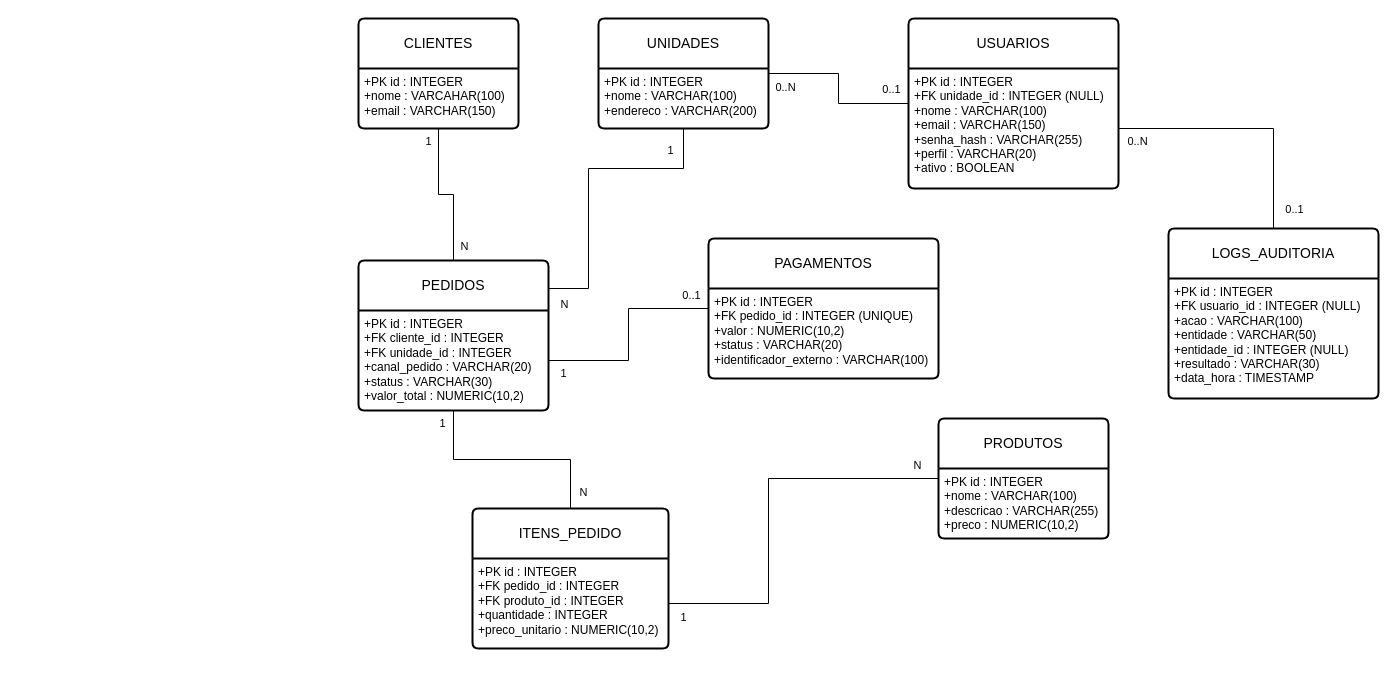
Earlier version of the draw.io diagram page "Diagrama Entidade-Relacionamento" (1 of 5) of docs/diagrams/DER_Raizes_do_Nordeste.drawio (Selomar/raizes-nordeste-api). Source tidied: cells renumbered, new cells numbered last; positions are measured from the earlier drawing's top-left corner, leaving out a move shared by most shapes. Both pictures are drawn from the tidied source at 100%, with x=0, y=0 at pixel (358, 18).
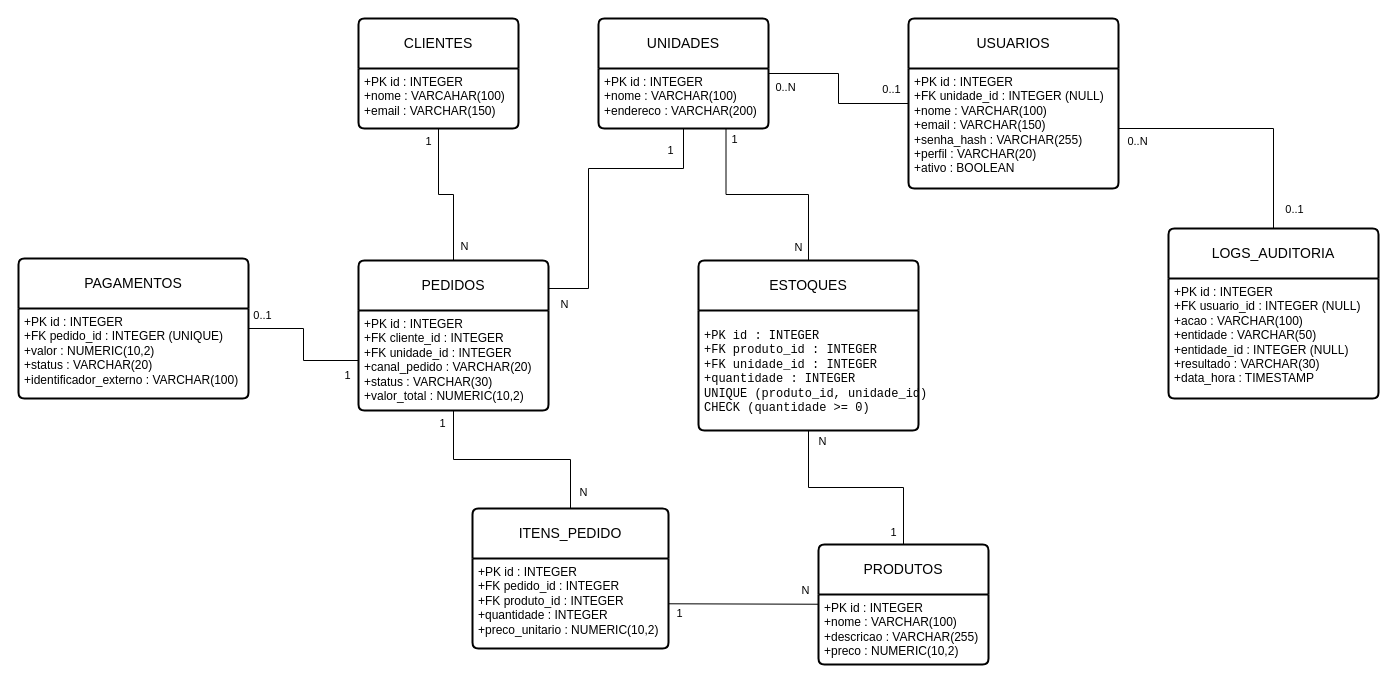
The same diagram, later.

The change refers to these unchanged cells:
```xml
<mxCell id="10" value="UNIDADES" style="swimlane;horizontal=1;startSize=50;rounded=1;fontSize=14;fontStyle=0;strokeWidth=2;shadow=0;dashed=0;align=center;arcSize=4;whiteSpace=wrap;html=1;" parent="1" vertex="1">
  <mxGeometry x="240" width="170" height="110" as="geometry" />
</mxCell>
<mxCell id="17" value="+PK id : INTEGER&lt;br&gt;+FK pedido_id : INTEGER&lt;br&gt;+FK produto_id : INTEGER&lt;div&gt;+quantidade : INTEGER&lt;/div&gt;&lt;div&gt;+preco_unitario : NUMERIC(10,2)&lt;/div&gt;" style="align=left;strokeColor=none;fillColor=none;spacingLeft=4;spacingRight=4;fontSize=12;verticalAlign=top;html=1;whiteSpace=wrap;" parent="16" vertex="1">
  <mxGeometry y="50" width="196" height="90" as="geometry" />
</mxCell>
<mxCell id="33" style="edgeStyle=orthogonalEdgeStyle;rounded=0;jettySize=auto;html=1;defaultLabelBackgroundColor=page;labelPadding=0 4;endArrow=none;endFill=0;" parent="1" edge="1" source="15" target="18">
  <mxGeometry relative="1" as="geometry" />
</mxCell>
```

The edit, as a diff of the source:
```diff
@@
     <mxCell id="12" value="PRODUTOS" style="swimlane;horizontal=1;startSize=50;rounded=1;fontSize=14;fontStyle=0;strokeWidth=2;shadow=0;dashed=0;align=center;arcSize=4;whiteSpace=wrap;html=1;" parent="1" vertex="1">
-      <mxGeometry x="580" y="400" width="170" height="120" as="geometry" />
+      <mxGeometry x="460" y="526" width="170" height="120" as="geometry" />
     </mxCell>
@@
     <mxCell id="18" value="PAGAMENTOS" style="swimlane;horizontal=1;startSize=50;rounded=1;fontSize=14;fontStyle=0;strokeWidth=2;shadow=0;dashed=0;align=center;arcSize=4;whiteSpace=wrap;html=1;" parent="1" vertex="1">
-      <mxGeometry x="350" y="220" width="230" height="140" as="geometry" />
+      <mxGeometry x="-340" y="240" width="230" height="140" as="geometry" />
     </mxCell>
@@
-    <mxCell id="30" style="edgeStyle=orthogonalEdgeStyle;rounded=0;jettySize=auto;html=1;defaultLabelBackgroundColor=page;labelPadding=0 4;endArrow=none;endFill=0;" parent="1" edge="1" source="17" target="12">
-      <mxGeometry relative="1" as="geometry">
-        <Array as="points">
-          <mxPoint x="410" y="460" />
-        </Array>
-      </mxGeometry>
+    <mxCell id="30" style="rounded=0;jettySize=auto;html=1;defaultLabelBackgroundColor=page;labelPadding=0 4;endArrow=none;endFill=0;" parent="1" edge="1" source="17" target="12">
+      <mxGeometry relative="1" as="geometry" />
     </mxCell>
     <mxCell id="31" value="1" style="edgeLabel;html=1;align=center;verticalAlign=middle;inheritText=1;defaultLabelBackgroundColor=page;labelPadding=0 4;" parent="30" vertex="1">
       <mxGeometry x="-0.86" relative="1" as="geometry">
-        <mxPoint x="-14" y="13" as="offset" />
+        <mxPoint y="9" as="offset" />
       </mxGeometry>
     </mxCell>
     <mxCell id="32" value="N" style="edgeLabel;html=1;align=center;verticalAlign=middle;inheritText=1;defaultLabelBackgroundColor=page;labelPadding=0 4;" parent="30" vertex="1">
       <mxGeometry x="0.84" relative="1" as="geometry">
-        <mxPoint x="10" y="-14" as="offset" />
+        <mxPoint x="-1" y="-14" as="offset" />
       </mxGeometry>
     </mxCell>
@@
     <mxCell id="34" value="1" style="edgeLabel;html=1;align=center;verticalAlign=middle;inheritText=1;defaultLabelBackgroundColor=page;labelPadding=0 4;" parent="33" vertex="1">
       <mxGeometry x="-0.88" y="1" relative="1" as="geometry">
-        <mxPoint x="1" y="13" as="offset" />
+        <mxPoint x="-3" y="13" as="offset" />
       </mxGeometry>
     </mxCell>
     <mxCell id="35" value="0..1" style="edgeLabel;html=1;align=center;verticalAlign=middle;inheritText=1;defaultLabelBackgroundColor=page;labelPadding=0 4;" parent="33" vertex="1">
       <mxGeometry x="0.86" relative="1" as="geometry">
-        <mxPoint x="-3" y="-14" as="offset" />
+        <mxPoint x="3" y="-14" as="offset" />
       </mxGeometry>
     </mxCell>
@@
+    <mxCell id="39" style="edgeStyle=orthogonalEdgeStyle;rounded=0;jettySize=auto;html=1;defaultLabelBackgroundColor=page;labelPadding=0 4;endArrow=none;endFill=0;" parent="1" edge="1" source="45" target="12">
+      <mxGeometry relative="1" as="geometry" />
+    </mxCell>
+    <mxCell id="40" value="1" style="edgeLabel;html=1;align=center;verticalAlign=middle;inheritText=1;defaultLabelBackgroundColor=page;labelPadding=0 4;" parent="39" vertex="1">
+      <mxGeometry x="0.88" y="-1" relative="1" as="geometry">
+        <mxPoint x="-10" as="offset" />
+      </mxGeometry>
+    </mxCell>
+    <mxCell id="41" value="N" style="edgeLabel;html=1;align=center;verticalAlign=middle;inheritText=1;defaultLabelBackgroundColor=page;labelPadding=0 4;" parent="39" vertex="1">
+      <mxGeometry x="-0.91" relative="1" as="geometry">
+        <mxPoint x="13" y="1" as="offset" />
+      </mxGeometry>
+    </mxCell>
+    <mxCell id="42" style="edgeStyle=orthogonalEdgeStyle;rounded=0;jettySize=auto;html=1;defaultLabelBackgroundColor=page;labelPadding=0 4;entryX=0.75;entryY=1;entryDx=0;entryDy=0;endArrow=none;endFill=0;" parent="1" edge="1" source="45" target="10">
+      <mxGeometry x="0.2" relative="1" as="geometry" />
+    </mxCell>
+    <mxCell id="43" value="N" style="edgeLabel;html=1;align=center;verticalAlign=middle;inheritText=1;defaultLabelBackgroundColor=page;labelPadding=0 4;" parent="42" vertex="1">
+      <mxGeometry x="-0.9" relative="1" as="geometry">
+        <mxPoint x="-11" y="-3" as="offset" />
+      </mxGeometry>
+    </mxCell>
+    <mxCell id="44" value="1" style="edgeLabel;html=1;align=center;verticalAlign=middle;inheritText=1;defaultLabelBackgroundColor=page;labelPadding=0 4;" parent="42" vertex="1">
+      <mxGeometry x="0.91" relative="1" as="geometry">
+        <mxPoint x="8" y="1" as="offset" />
+      </mxGeometry>
+    </mxCell>
+    <mxCell id="45" value="ESTOQUES" style="swimlane;horizontal=1;startSize=50;rounded=1;fontSize=14;fontStyle=0;strokeWidth=2;shadow=0;dashed=0;align=center;arcSize=4;whiteSpace=wrap;html=1;" parent="1" vertex="1">
+      <mxGeometry x="340" y="242" width="220" height="170" as="geometry" />
+    </mxCell>
+    <mxCell id="46" value="&lt;pre dir=&quot;ltr&quot;&gt;&lt;code&gt;+PK id : INTEGER&lt;br/&gt;+FK produto_id : INTEGER&lt;br/&gt;+FK unidade_id : INTEGER&lt;br/&gt;+quantidade : INTEGER&lt;br/&gt;UNIQUE (produto_id, unidade_id)&lt;br/&gt;CHECK (quantidade &amp;gt;= 0)&lt;/code&gt;&lt;/pre&gt;" style="align=left;strokeColor=none;fillColor=none;spacingLeft=4;spacingRight=4;fontSize=12;verticalAlign=top;html=1;whiteSpace=wrap;" parent="45" vertex="1">
+      <mxGeometry y="50" width="220" height="120" as="geometry" />
+    </mxCell>
```
